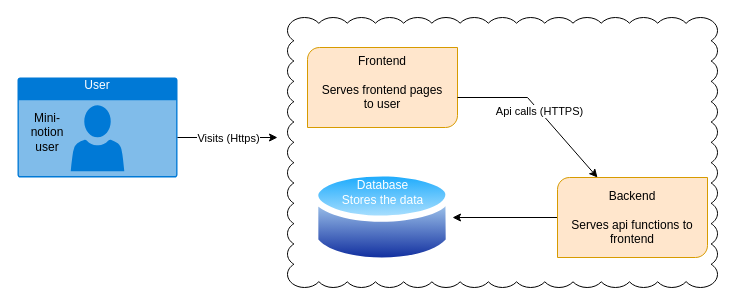
Earlier version of the draw.io diagram Untitled Diagram.drawio (DiazRock/mini-notion). Source tidied: cells renumbered, new cells numbered last; positions are measured from the earlier drawing's top-left corner, leaving out a move shared by most shapes. Both pictures are drawn from the tidied source at 100%, with x=0, y=0 at pixel (17, 17).
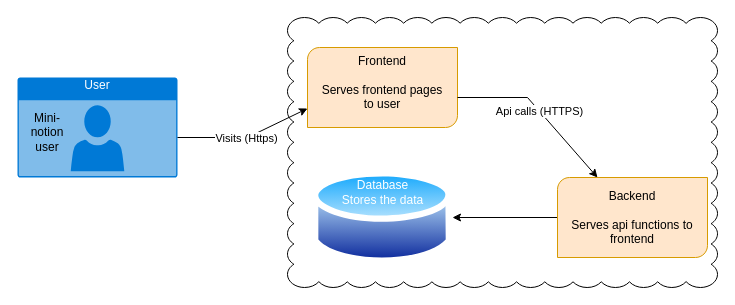
The same diagram, later.

Diff of the diagram source:
```diff
@@
 <mxGraphModel>
   <root>
     <mxCell id="0" />
     <mxCell id="1" parent="0" />
     <mxCell id="2" value="User" style="html=1;whiteSpace=wrap;strokeColor=none;fillColor=#0079D6;labelPosition=center;verticalLabelPosition=middle;verticalAlign=top;align=center;fontSize=12;spacingTop=-6;fontColor=#FFFFFF;sketch=0;shape=mxgraph.sitemap.user;" parent="1" vertex="1">
       <mxGeometry y="60" width="160" height="100" as="geometry" />
     </mxCell>
     <mxCell id="3" value="Mini-notion user" style="text;html=1;align=center;verticalAlign=middle;whiteSpace=wrap;rounded=0;" parent="1" vertex="1">
       <mxGeometry y="100" width="60" height="30" as="geometry" />
     </mxCell>
-    <mxCell id="4" style="endArrow=classic;html=1;rounded=0;" parent="1" edge="1">
-      <mxGeometry relative="1" as="geometry">
-        <mxPoint x="160" y="120" as="sourcePoint" />
-        <mxPoint x="260" y="120" as="targetPoint" />
-        <Array as="points">
-          <mxPoint x="230" y="120" />
-        </Array>
-      </mxGeometry>
-    </mxCell>
-    <mxCell id="5" value="Visits (Https)" style="edgeLabel;html=1;align=center;verticalAlign=middle;" parent="4" vertex="1">
-      <mxGeometry relative="1" as="geometry" />
-    </mxCell>
     <mxCell id="6" style="whiteSpace=wrap;html=1;shape=mxgraph.basic.cloud_rect;" parent="1" vertex="1">
       <mxGeometry x="270" width="430" height="270" as="geometry" />
     </mxCell>
     <mxCell id="7" style="verticalLabelPosition=bottom;verticalAlign=top;html=1;shape=mxgraph.basic.diag_round_rect;dx=6;whiteSpace=wrap;fillColor=#ffe6cc;strokeColor=#d79b00;" parent="1" vertex="1">
       <mxGeometry x="290" y="30" width="150" height="80" as="geometry" />
     </mxCell>
     <mxCell id="8" value="Frontend&lt;br&gt;&lt;br&gt;Serves frontend pages to user" style="text;html=1;align=center;verticalAlign=middle;whiteSpace=wrap;rounded=0;" parent="1" vertex="1">
       <mxGeometry x="300" y="40" width="130" height="50" as="geometry" />
     </mxCell>
     <mxCell id="9" style="endArrow=classic;html=1;rounded=0;" parent="1" edge="1" target="12">
       <mxGeometry relative="1" as="geometry">
         <mxPoint x="440" y="80" as="sourcePoint" />
         <Array as="points">
           <mxPoint x="510" y="80" />
         </Array>
       </mxGeometry>
     </mxCell>
     <mxCell id="10" value="Api calls (HTTPS)" style="edgeLabel;html=1;align=center;verticalAlign=middle;" parent="9" vertex="1">
       <mxGeometry relative="1" as="geometry" />
     </mxCell>
     <mxCell id="11" style="edgeStyle=orthogonalEdgeStyle;rounded=0;jettySize=auto;html=1;exitX=0;exitY=0.5;exitDx=0;exitDy=0;exitPerimeter=0;entryX=1;entryY=0.5;entryDx=0;entryDy=0;" parent="1" edge="1" source="12" target="14">
       <mxGeometry relative="1" as="geometry" />
     </mxCell>
     <mxCell id="12" style="verticalLabelPosition=bottom;verticalAlign=top;html=1;shape=mxgraph.basic.diag_round_rect;dx=6;whiteSpace=wrap;fillColor=#ffe6cc;strokeColor=#d79b00;" parent="1" vertex="1">
       <mxGeometry x="540" y="160" width="150" height="80" as="geometry" />
     </mxCell>
     <mxCell id="13" value="Backend&lt;br&gt;&lt;br&gt;Serves api functions to frontend" style="text;html=1;align=center;verticalAlign=middle;whiteSpace=wrap;rounded=0;" parent="1" vertex="1">
       <mxGeometry x="550" y="175" width="130" height="50" as="geometry" />
     </mxCell>
     <mxCell id="14" style="image;perimeter=ellipsePerimeter;html=1;align=center;shadow=0;dashed=0;spacingTop=3;image=img/lib/active_directory/database.svg;" parent="1" vertex="1">
       <mxGeometry x="295" y="148.2" width="140" height="103.6" as="geometry" />
     </mxCell>
     <mxCell id="15" value="Database&lt;br&gt;Stores the data" style="text;html=1;align=center;verticalAlign=middle;whiteSpace=wrap;rounded=0;fontColor=#FFFFFF;" parent="1" vertex="1">
       <mxGeometry x="312.5" y="110" width="105" height="130" as="geometry" />
     </mxCell>
+    <mxCell id="16" style="endArrow=classic;html=1;rounded=0;entryX=-0.003;entryY=0.76;entryDx=0;entryDy=0;entryPerimeter=0;" parent="1" edge="1">
+      <mxGeometry relative="1" as="geometry">
+        <mxPoint x="160" y="120" as="sourcePoint" />
+        <mxPoint x="290" y="91" as="targetPoint" />
+        <Array as="points">
+          <mxPoint x="230" y="120" />
+        </Array>
+      </mxGeometry>
+    </mxCell>
+    <mxCell id="5" value="Visits (Https)" style="edgeLabel;html=1;align=center;verticalAlign=middle;" parent="16" vertex="1">
+      <mxGeometry relative="1" as="geometry" />
+    </mxCell>
   </root>
 </mxGraphModel>
```
